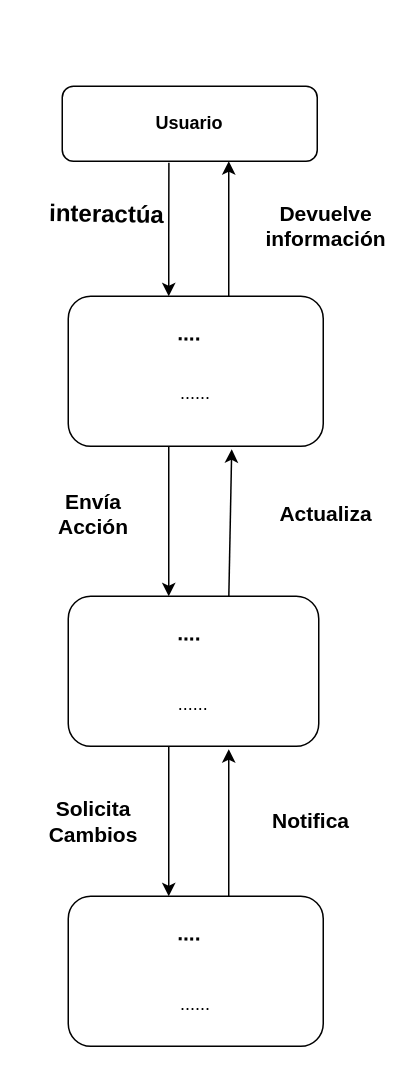
Earlier version of the draw.io diagram Diagrama sin título.drawio (Esteban705/Gestion-Service). Source tidied: cells renumbered, new cells numbered last; positions are measured from the earlier drawing's top-left corner, leaving out a move shared by most shapes. Both pictures are drawn from the tidied source at 150%, with x=0, y=0 at pixel (26, 86).
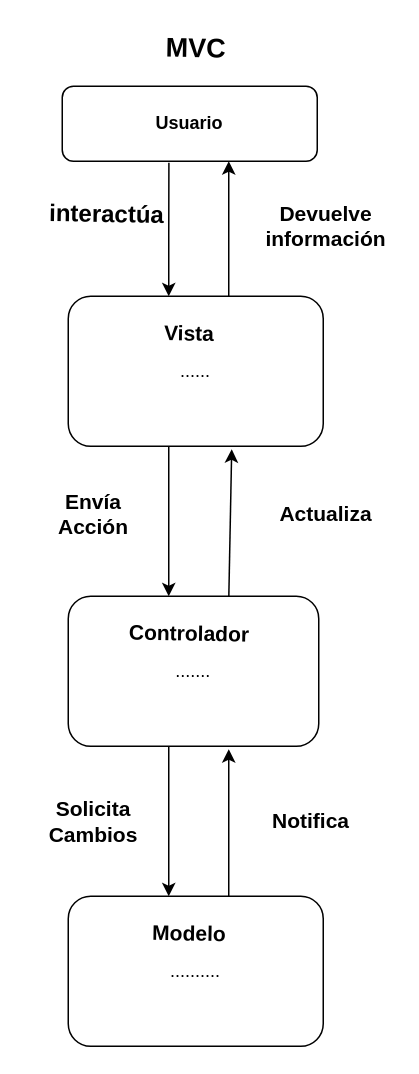
The same diagram, later.

Diff of the diagram source:
```diff
@@
-    <mxCell id="2" value="&lt;br&gt;&lt;br&gt;......" style="rounded=1;whiteSpace=wrap;html=1;fontSize=12;glass=0;strokeWidth=1;shadow=0;" parent="1" vertex="1">
+    <mxCell id="2" value="......" style="rounded=1;whiteSpace=wrap;html=1;fontSize=12;glass=0;strokeWidth=1;shadow=0;" parent="1" vertex="1">
       <mxGeometry x="28" y="140" width="170" height="100" as="geometry" />
     </mxCell>
-    <mxCell id="3" value="&lt;br&gt;&lt;br&gt;&lt;br&gt;......" style="rounded=1;whiteSpace=wrap;html=1;fontSize=12;glass=0;strokeWidth=1;shadow=0;" parent="1" vertex="1">
+    <mxCell id="3" value=".........." style="rounded=1;whiteSpace=wrap;html=1;fontSize=12;glass=0;strokeWidth=1;shadow=0;" parent="1" vertex="1">
       <mxGeometry x="28" y="540" width="170" height="100" as="geometry" />
     </mxCell>
@@
-    <mxCell id="5" value="&lt;br&gt;&lt;br&gt;&lt;br&gt;......" style="rounded=1;whiteSpace=wrap;html=1;fontSize=12;glass=0;strokeWidth=1;shadow=0;" parent="1" vertex="1">
+    <mxCell id="5" value="......." style="rounded=1;whiteSpace=wrap;html=1;fontSize=12;glass=0;strokeWidth=1;shadow=0;" parent="1" vertex="1">
       <mxGeometry x="28" y="340" width="167" height="100" as="geometry" />
     </mxCell>
@@
-    <mxCell id="19" value="&lt;span style=&quot;font-size: 14px;&quot;&gt;....&lt;/span&gt;" style="text;strokeColor=none;align=center;fillColor=none;html=1;verticalAlign=middle;whiteSpace=wrap;rounded=0;rotation=1;fontStyle=1;fontFamily=Helvetica;" parent="1" vertex="1">
+    <mxCell id="19" value="&lt;span style=&quot;font-size: 14px;&quot;&gt;Controlador&lt;/span&gt;" style="text;strokeColor=none;align=center;fillColor=none;html=1;verticalAlign=middle;whiteSpace=wrap;rounded=0;rotation=1;fontStyle=1;fontFamily=Helvetica;" parent="1" vertex="1">
       <mxGeometry x="79" y="350" width="60" height="30" as="geometry" />
     </mxCell>
-    <mxCell id="20" value="&lt;span style=&quot;font-size: 14px;&quot;&gt;....&lt;/span&gt;" style="text;strokeColor=none;align=center;fillColor=none;html=1;verticalAlign=middle;whiteSpace=wrap;rounded=0;rotation=1;fontStyle=1;fontFamily=Helvetica;" parent="1" vertex="1">
+    <mxCell id="20" value="&lt;span style=&quot;font-size: 14px;&quot;&gt;Vista&lt;/span&gt;" style="text;strokeColor=none;align=center;fillColor=none;html=1;verticalAlign=middle;whiteSpace=wrap;rounded=0;rotation=1;fontStyle=1;fontFamily=Helvetica;" parent="1" vertex="1">
       <mxGeometry x="79" y="150" width="60" height="30" as="geometry" />
     </mxCell>
-    <mxCell id="21" value="&lt;font style=&quot;font-size: 14px;&quot;&gt;....&lt;/font&gt;" style="text;strokeColor=none;align=center;fillColor=none;html=1;verticalAlign=middle;whiteSpace=wrap;rounded=0;rotation=1;fontStyle=1;fontFamily=Helvetica;" parent="1" vertex="1">
+    <mxCell id="21" value="&lt;font style=&quot;font-size: 14px;&quot;&gt;Modelo&lt;/font&gt;" style="text;strokeColor=none;align=center;fillColor=none;html=1;verticalAlign=middle;whiteSpace=wrap;rounded=0;rotation=1;fontStyle=1;fontFamily=Helvetica;" parent="1" vertex="1">
       <mxGeometry x="79" y="550" width="60" height="30" as="geometry" />
     </mxCell>
+    <mxCell id="22" value="&lt;span style=&quot;font-size: 18px;&quot;&gt;MVC&lt;/span&gt;" style="text;strokeColor=none;align=center;fillColor=none;html=1;verticalAlign=middle;whiteSpace=wrap;rounded=0;rotation=1;fontStyle=1;fontFamily=Helvetica;fontSize=18;" parent="1" vertex="1">
+      <mxGeometry x="60.5" y="-39.6" width="105" height="30" as="geometry" />
+    </mxCell>
```
